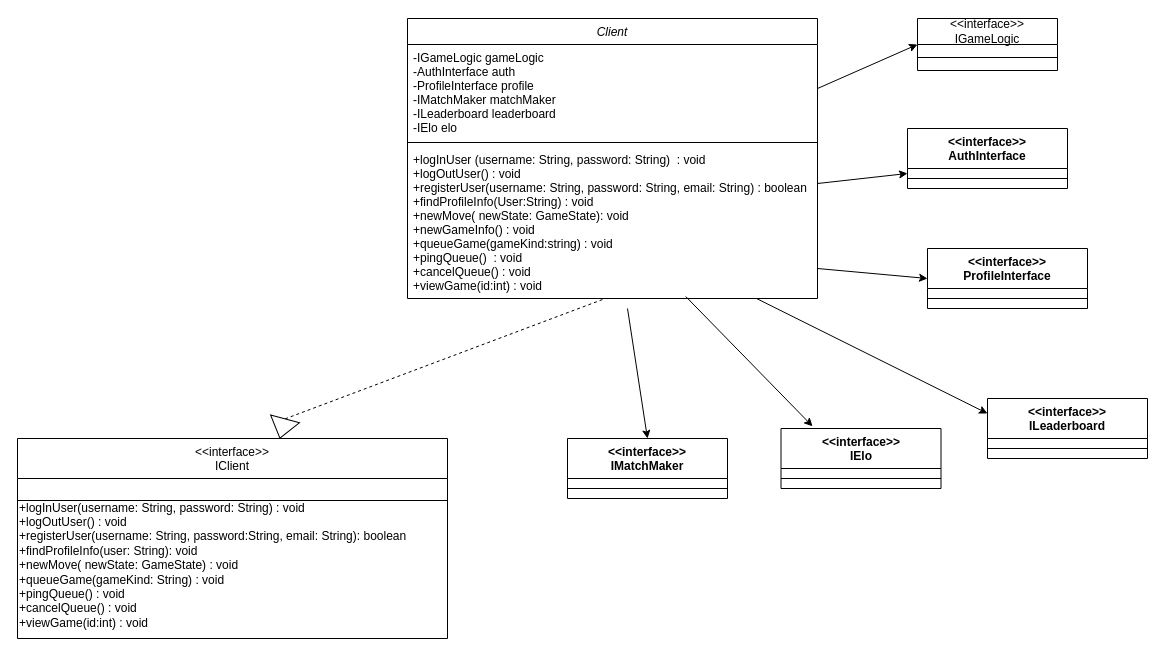
The draw.io diagram Networking-Diagrams/Client_classDiagram.drawio in aeMyst/Minigame-Portal, before the edit. Source tidied: cells renumbered, new cells numbered last; positions are measured from the earlier drawing's top-left corner, leaving out a move shared by most shapes. Both pictures are drawn from the tidied source at 100%, with x=0, y=0 at pixel (17, 18).
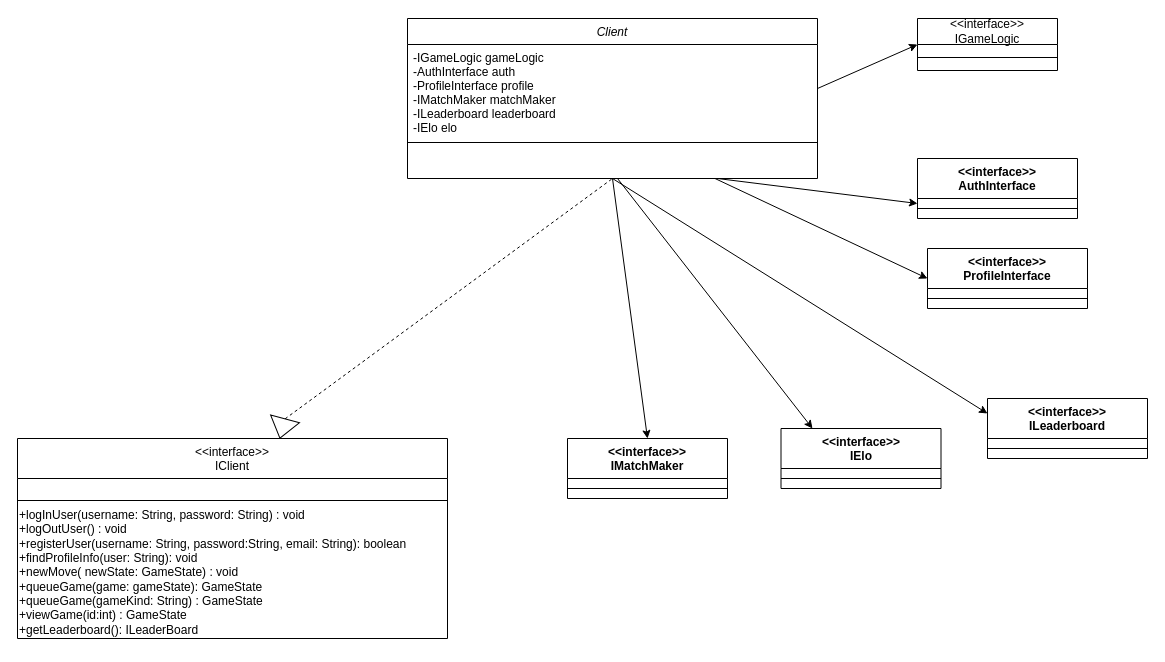
The same page after the edit.

Commit message (it also covers changes not shown here):
Made Changes to the Client Class

Unchanged cells that the change refers to:
```xml
<mxCell id="7" value="&lt;&lt;interface&gt;&gt;&#10;IClient" style="swimlane;fontStyle=0;align=center;verticalAlign=top;horizontal=1;startSize=40;rounded=0;shadow=0;strokeWidth=1;" parent="1" vertex="1">
  <mxGeometry y="420" width="430" height="200" as="geometry" />
</mxCell>
<mxCell id="11" style="triangle;whiteSpace=wrap;html=1;direction=south;rotation=15;" parent="1" vertex="1">
  <mxGeometry x="250" y="400" width="30" height="20" as="geometry" />
</mxCell>
<mxCell id="16" value="&amp;lt;&amp;lt;interface&amp;gt;&amp;gt;&lt;div&gt;ProfileInterface&lt;/div&gt;" style="swimlane;fontStyle=1;align=center;verticalAlign=top;horizontal=1;startSize=40;whiteSpace=wrap;html=1;" parent="1" vertex="1">
  <mxGeometry x="910" y="230" width="160" height="60" as="geometry" />
</mxCell>
<mxCell id="18" value="&amp;lt;&amp;lt;interface&amp;gt;&amp;gt;&lt;div&gt;IMatchMaker&lt;/div&gt;" style="swimlane;fontStyle=1;align=center;verticalAlign=top;horizontal=1;startSize=40;whiteSpace=wrap;html=1;" parent="1" vertex="1">
  <mxGeometry x="550" y="420" width="160" height="60" as="geometry" />
</mxCell>
<mxCell id="20" value="&amp;lt;&amp;lt;interface&amp;gt;&amp;gt;&lt;div&gt;ILeaderboard&lt;/div&gt;" style="swimlane;fontStyle=1;align=center;verticalAlign=top;horizontal=1;startSize=40;whiteSpace=wrap;html=1;" parent="1" vertex="1">
  <mxGeometry x="970" y="380" width="160" height="60" as="geometry" />
</mxCell>
<mxCell id="22" value="&amp;lt;&amp;lt;interface&amp;gt;&amp;gt;&lt;div&gt;IElo&lt;/div&gt;" style="swimlane;fontStyle=1;align=center;verticalAlign=top;horizontal=1;startSize=40;whiteSpace=wrap;html=1;" parent="1" vertex="1">
  <mxGeometry x="763.5" y="410" width="160" height="60" as="geometry" />
</mxCell>
```

Change to the diagram source:
```diff
@@
     <mxCell id="2" value="Client" style="swimlane;fontStyle=2;align=center;verticalAlign=top;horizontal=1;startSize=26;rounded=0;shadow=0;strokeWidth=1;" parent="1" vertex="1">
-      <mxGeometry x="390" width="410" height="280" as="geometry" />
+      <mxGeometry x="390" width="410" height="160" as="geometry" />
     </mxCell>
@@
-    <mxCell id="5" value="+logInUser (username: String, password: String)  : void&#10;+logOutUser() : void&#10;+registerUser(username: String, password: String, email: String) : boolean&#10;+findProfileInfo(User:String) : void&#10;+newMove( newState: GameState): void&#10;+newGameInfo() : void&#10;+queueGame(gameKind:string) : void&#10;+pingQueue()  : void&#10;+cancelQueue() : void&#10;+viewGame(id:int) : void&#10;&#10;" style="text;align=left;verticalAlign=top;spacingLeft=4;spacingRight=4;overflow=hidden;points=[[0,0.5],[1,0.5]];portConstraint=eastwest;" parent="2" vertex="1">
-      <mxGeometry y="128" width="410" height="150" as="geometry" />
-    </mxCell>
-    <mxCell id="6" style="endArrow=classic;html=1;rounded=0;entryX=0;entryY=0.25;entryDx=0;entryDy=0;" parent="2" edge="1" target="20">
-      <mxGeometry relative="1" as="geometry">
-        <mxPoint x="349" y="280" as="sourcePoint" />
-      </mxGeometry>
-    </mxCell>
@@
-    <mxCell id="9" value="+logInUser(username: String, password: String) : void&lt;div&gt;+logOutUser() : void&lt;/div&gt;&lt;div&gt;+registerUser(username: String, password:String, email: String): boolean&lt;/div&gt;&lt;div&gt;+findProfileInfo(user: String): void&lt;/div&gt;&lt;div&gt;+newMove( newState: GameState) : void&lt;/div&gt;&lt;div&gt;+queueGame(gameKind: String) : void&lt;/div&gt;&lt;div&gt;+pingQueue() : void&lt;/div&gt;&lt;div&gt;+cancelQueue() : void&lt;/div&gt;&lt;div&gt;+viewGame(id:int) : void&lt;/div&gt;&lt;div&gt;&lt;br&gt;&lt;/div&gt;" style="text;html=1;align=left;verticalAlign=middle;whiteSpace=wrap;rounded=0;" parent="7" vertex="1">
+    <mxCell id="9" value="+logInUser(username: String, password: String) : void&lt;div&gt;+logOutUser() : void&lt;/div&gt;&lt;div&gt;+registerUser(username: String, password:String, email: String): boolean&lt;/div&gt;&lt;div&gt;+findProfileInfo(user: String): void&lt;/div&gt;&lt;div&gt;+newMove( newState: GameState) : void&lt;/div&gt;&lt;div&gt;+queueGame(game: gameState): GameState&lt;/div&gt;&lt;div&gt;+queueGame(gameKind: String) : GameState&lt;/div&gt;&lt;div&gt;+viewGame(id:int) : GameState&lt;/div&gt;&lt;div&gt;+getLeaderboard(): ILeaderBoard&lt;/div&gt;" style="text;html=1;align=left;verticalAlign=middle;whiteSpace=wrap;rounded=0;" parent="7" vertex="1">
       <mxGeometry y="84" width="430" height="100" as="geometry" />
     </mxCell>
-    <mxCell id="10" style="endArrow=none;dashed=1;html=1;rounded=0;exitX=0;exitY=0.5;exitDx=0;exitDy=0;" parent="1" edge="1" source="11">
-      <mxGeometry relative="1" as="geometry">
-        <mxPoint x="587.8" y="280" as="targetPoint" />
-      </mxGeometry>
+    <mxCell id="10" style="endArrow=none;dashed=1;html=1;rounded=0;exitX=0;exitY=0.5;exitDx=0;exitDy=0;entryX=0.5;entryY=1;entryDx=0;entryDy=0;" parent="1" edge="1" source="11" target="2">
+      <mxGeometry relative="1" as="geometry" />
     </mxCell>
@@
     <mxCell id="14" value="&amp;lt;&amp;lt;interface&amp;gt;&amp;gt;&lt;div&gt;AuthInterface&lt;/div&gt;" style="swimlane;fontStyle=1;align=center;verticalAlign=top;horizontal=1;startSize=40;whiteSpace=wrap;html=1;" parent="1" vertex="1">
-      <mxGeometry x="890" y="110" width="160" height="60" as="geometry" />
+      <mxGeometry x="900" y="140" width="160" height="60" as="geometry" />
     </mxCell>
@@
     <mxCell id="25" style="endArrow=classic;html=1;rounded=0;entryX=0;entryY=0.75;entryDx=0;entryDy=0;" parent="1" edge="1" target="14">
       <mxGeometry relative="1" as="geometry">
-        <mxPoint x="800" y="165" as="sourcePoint" />
+        <mxPoint x="700" y="160" as="sourcePoint" />
       </mxGeometry>
     </mxCell>
-    <mxCell id="26" style="endArrow=classic;html=1;rounded=0;entryX=0;entryY=0.5;entryDx=0;entryDy=0;" parent="1" edge="1" target="16">
-      <mxGeometry relative="1" as="geometry">
-        <mxPoint x="800" y="250" as="sourcePoint" />
-      </mxGeometry>
+    <mxCell id="26" style="endArrow=classic;html=1;rounded=0;entryX=0;entryY=0.5;entryDx=0;entryDy=0;exitX=0.75;exitY=1;exitDx=0;exitDy=0;" parent="1" edge="1" source="2" target="16">
+      <mxGeometry relative="1" as="geometry" />
     </mxCell>
-    <mxCell id="27" style="endArrow=classic;html=1;rounded=0;entryX=0.197;entryY=-0.037;entryDx=0;entryDy=0;entryPerimeter=0;" parent="1" edge="1" source="5" target="22">
-      <mxGeometry relative="1" as="geometry" />
+    <mxCell id="27" style="endArrow=classic;html=1;rounded=0;entryX=0.197;entryY=-0.037;entryDx=0;entryDy=0;entryPerimeter=0;" parent="1" edge="1">
+      <mxGeometry relative="1" as="geometry">
+        <mxPoint x="600" y="160" as="sourcePoint" />
+        <mxPoint x="795" y="410" as="targetPoint" />
+      </mxGeometry>
     </mxCell>
-    <mxCell id="28" style="endArrow=classic;html=1;rounded=0;entryX=0.5;entryY=0;entryDx=0;entryDy=0;" parent="1" edge="1" target="18">
-      <mxGeometry relative="1" as="geometry">
-        <mxPoint x="610" y="290" as="sourcePoint" />
-      </mxGeometry>
+    <mxCell id="28" style="endArrow=classic;html=1;rounded=0;entryX=0.5;entryY=0;entryDx=0;entryDy=0;exitX=0.5;exitY=1;exitDx=0;exitDy=0;" parent="1" edge="1" source="2" target="18">
+      <mxGeometry relative="1" as="geometry" />
     </mxCell>
+    <mxCell id="6" style="endArrow=classic;html=1;rounded=0;entryX=0;entryY=0.25;entryDx=0;entryDy=0;exitX=0.5;exitY=1;exitDx=0;exitDy=0;" parent="1" edge="1" source="2" target="20">
+      <mxGeometry relative="1" as="geometry" />
+    </mxCell>
```
